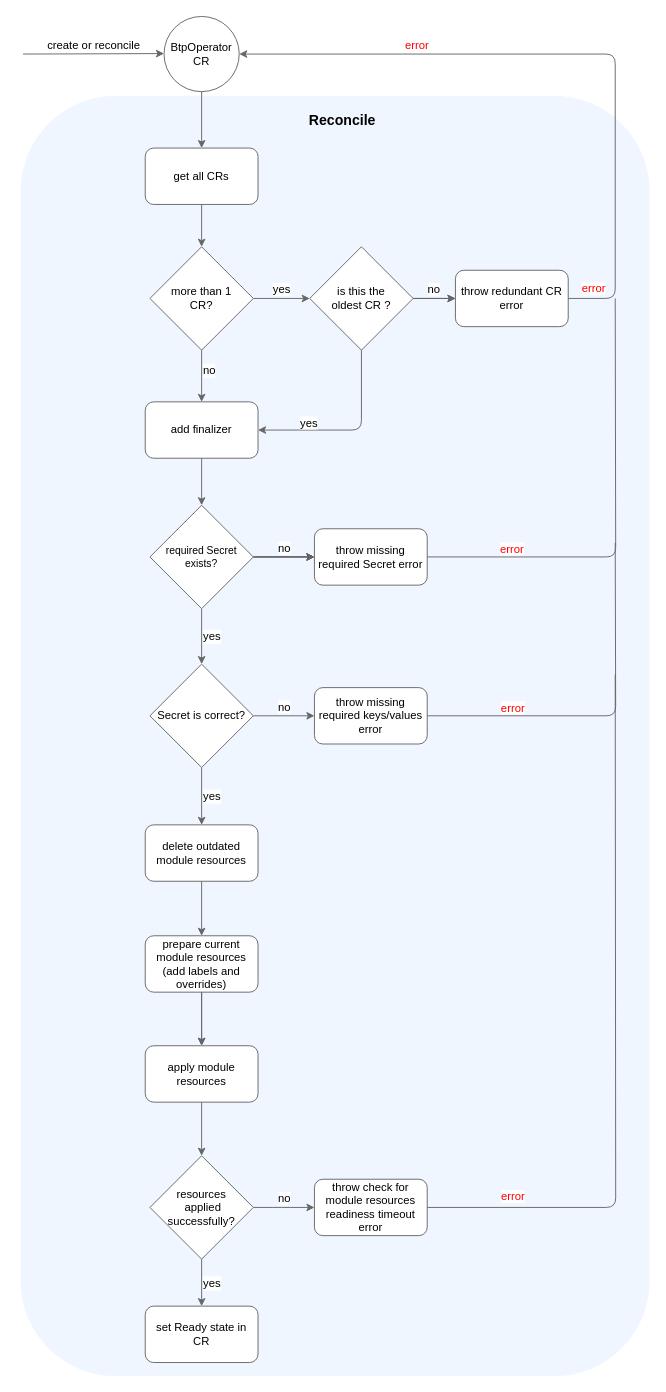
kyma-project/btp-manager keeps this draw.io diagram as docs/assets/activity_provisioning.drawio. Above is the earlier version. Source tidied: cells renumbered, new cells numbered last; positions are measured from the earlier drawing's top-left corner, leaving out a move shared by most shapes. Both pictures are drawn from the tidied source at 94%, with x=0, y=0 at pixel (21, 16).
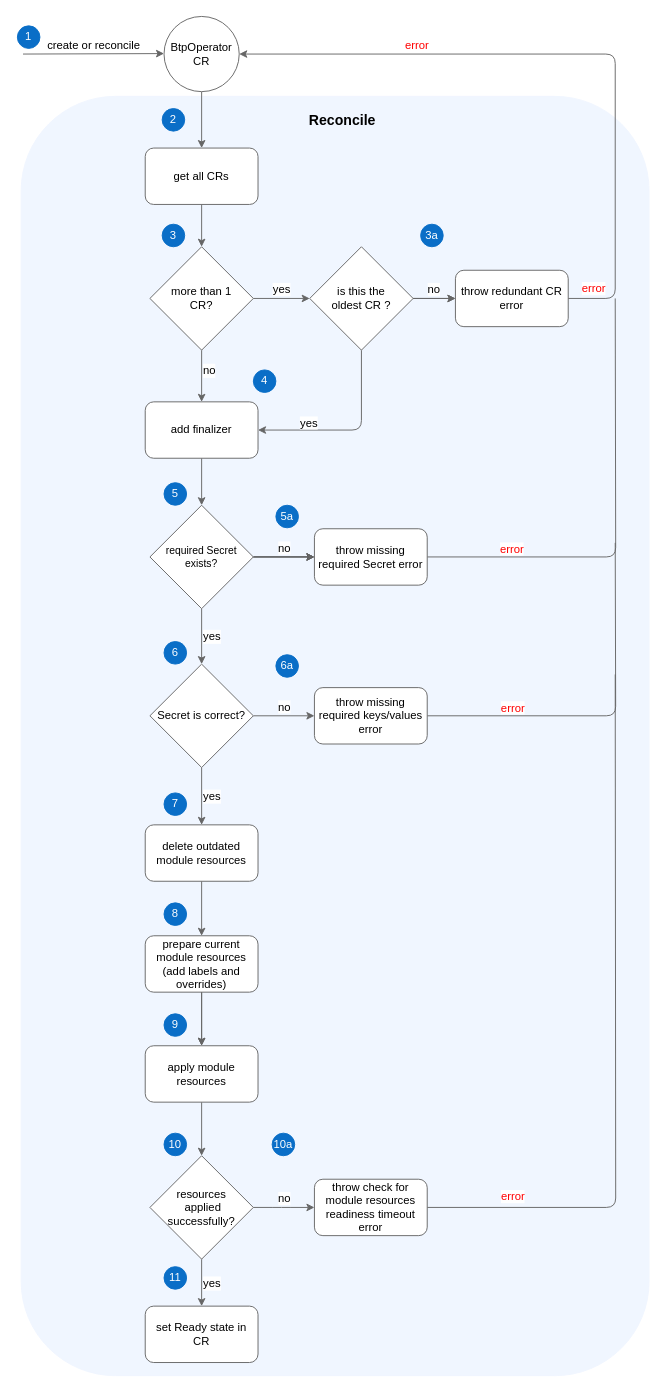
The same page after the edit.

What changed in the source:
```diff
@@
+    <mxCell id="51" value="&lt;font color=&quot;#ffffff&quot;&gt;1&lt;/font&gt;" style="ellipse;whiteSpace=wrap;html=1;fillColor=#0a6ec7;strokeColor=#0a6ec7;" parent="1" vertex="1">
+      <mxGeometry x="-4" y="10" width="24" height="24" as="geometry" />
+    </mxCell>
+    <mxCell id="52" value="&lt;font color=&quot;#ffffff&quot;&gt;2&lt;/font&gt;" style="ellipse;whiteSpace=wrap;html=1;fillColor=#0a6ec7;strokeColor=#0a6ec7;" parent="1" vertex="1">
+      <mxGeometry x="150" y="98" width="24" height="24" as="geometry" />
+    </mxCell>
+    <mxCell id="53" value="&lt;font color=&quot;#ffffff&quot;&gt;3&lt;/font&gt;" style="ellipse;whiteSpace=wrap;html=1;fillColor=#0a6ec7;strokeColor=#0a6ec7;" parent="1" vertex="1">
+      <mxGeometry x="150" y="221" width="24" height="24" as="geometry" />
+    </mxCell>
+    <mxCell id="54" value="&lt;font color=&quot;#ffffff&quot;&gt;3a&lt;/font&gt;" style="ellipse;whiteSpace=wrap;html=1;fillColor=#0a6ec7;strokeColor=#0a6ec7;" parent="1" vertex="1">
+      <mxGeometry x="425" y="221" width="24" height="24" as="geometry" />
+    </mxCell>
+    <mxCell id="55" value="&lt;font color=&quot;#ffffff&quot;&gt;4&lt;/font&gt;" style="ellipse;whiteSpace=wrap;html=1;fillColor=#0a6ec7;strokeColor=#0a6ec7;" parent="1" vertex="1">
+      <mxGeometry x="247" y="376" width="24" height="24" as="geometry" />
+    </mxCell>
+    <mxCell id="56" value="&lt;font color=&quot;#ffffff&quot;&gt;5&lt;/font&gt;" style="ellipse;whiteSpace=wrap;html=1;fillColor=#0a6ec7;strokeColor=#0a6ec7;" parent="1" vertex="1">
+      <mxGeometry x="152" y="496" width="24" height="24" as="geometry" />
+    </mxCell>
+    <mxCell id="57" value="&lt;font color=&quot;#ffffff&quot;&gt;5a&lt;/font&gt;" style="ellipse;whiteSpace=wrap;html=1;fillColor=#0a6ec7;strokeColor=#0a6ec7;" parent="1" vertex="1">
+      <mxGeometry x="271" y="520" width="24" height="24" as="geometry" />
+    </mxCell>
+    <mxCell id="58" value="&lt;font color=&quot;#ffffff&quot;&gt;6&lt;/font&gt;" style="ellipse;whiteSpace=wrap;html=1;fillColor=#0a6ec7;strokeColor=#0a6ec7;" parent="1" vertex="1">
+      <mxGeometry x="152" y="665" width="24" height="24" as="geometry" />
+    </mxCell>
+    <mxCell id="59" value="&lt;font color=&quot;#ffffff&quot;&gt;6a&lt;/font&gt;" style="ellipse;whiteSpace=wrap;html=1;fillColor=#0a6ec7;strokeColor=#0a6ec7;" parent="1" vertex="1">
+      <mxGeometry x="271" y="679" width="24" height="24" as="geometry" />
+    </mxCell>
+    <mxCell id="60" value="&lt;font color=&quot;#ffffff&quot;&gt;7&lt;/font&gt;" style="ellipse;whiteSpace=wrap;html=1;fillColor=#0a6ec7;strokeColor=#0a6ec7;" parent="1" vertex="1">
+      <mxGeometry x="152" y="826" width="24" height="24" as="geometry" />
+    </mxCell>
+    <mxCell id="61" value="&lt;font color=&quot;#ffffff&quot;&gt;8&lt;/font&gt;" style="ellipse;whiteSpace=wrap;html=1;fillColor=#0a6ec7;strokeColor=#0a6ec7;" parent="1" vertex="1">
+      <mxGeometry x="152" y="943" width="24" height="24" as="geometry" />
+    </mxCell>
+    <mxCell id="62" value="&lt;font color=&quot;#ffffff&quot;&gt;9&lt;/font&gt;" style="ellipse;whiteSpace=wrap;html=1;fillColor=#0a6ec7;strokeColor=#0a6ec7;" parent="1" vertex="1">
+      <mxGeometry x="152" y="1061" width="24" height="24" as="geometry" />
+    </mxCell>
+    <mxCell id="63" value="&lt;font color=&quot;#ffffff&quot;&gt;10&lt;/font&gt;" style="ellipse;whiteSpace=wrap;html=1;fillColor=#0a6ec7;strokeColor=#0a6ec7;" parent="1" vertex="1">
+      <mxGeometry x="152" y="1188" width="24" height="24" as="geometry" />
+    </mxCell>
+    <mxCell id="64" value="&lt;font color=&quot;#ffffff&quot;&gt;10a&lt;/font&gt;" style="ellipse;whiteSpace=wrap;html=1;fillColor=#0a6ec7;strokeColor=#0a6ec7;" parent="1" vertex="1">
+      <mxGeometry x="267" y="1188" width="24" height="24" as="geometry" />
+    </mxCell>
+    <mxCell id="65" value="&lt;font color=&quot;#ffffff&quot;&gt;11&lt;/font&gt;" style="ellipse;whiteSpace=wrap;html=1;fillColor=#0a6ec7;strokeColor=#0a6ec7;" parent="1" vertex="1">
+      <mxGeometry x="152" y="1330" width="24" height="24" as="geometry" />
+    </mxCell>
```
